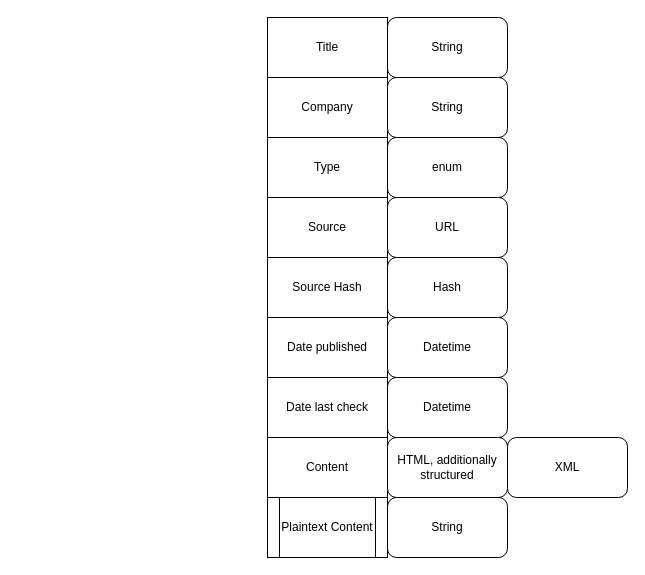
Above: page "PolicyFormat" (4 of 4) of doc/PolicyCheck.drawio in Tomp0801/PolicyCheck (draw.io), before the change. Source tidied: cells renumbered, new cells numbered last; positions are measured from the earlier drawing's top-left corner, leaving out a move shared by most shapes. Both pictures are drawn from the tidied source at 100%, with x=0, y=0 at pixel (267, 17).
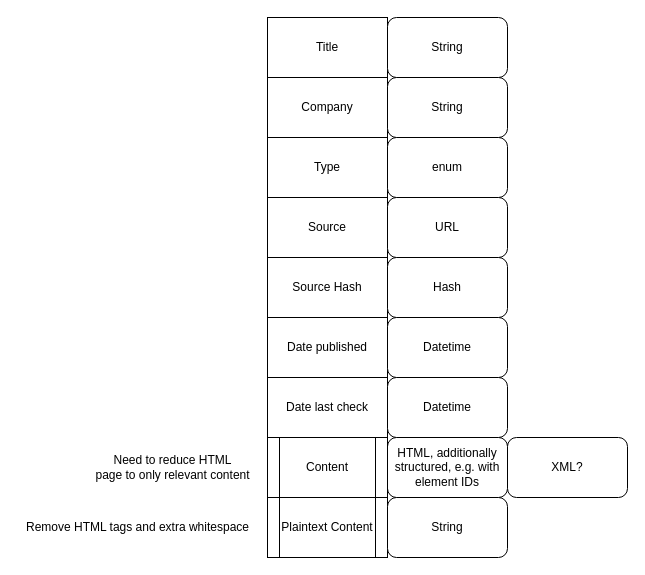
The same diagram, later.

Commit message (it also covers changes not shown here):
added datetime in serializing

# manual functions for (de-)serializing

Change to the diagram source:
```diff
@@
-    <mxCell id="8" value="Content" style="rounded=0;whiteSpace=wrap;html=1;" parent="1" vertex="1">
-      <mxGeometry y="420" width="120" height="60" as="geometry" />
-    </mxCell>
@@
-    <mxCell id="15" value="HTML, additionally structured" style="rounded=1;whiteSpace=wrap;html=1;" parent="1" vertex="1">
+    <mxCell id="15" value="HTML, additionally structured, e.g. with element IDs" style="rounded=1;whiteSpace=wrap;html=1;" parent="1" vertex="1">
       <mxGeometry x="120" y="420" width="120" height="60" as="geometry" />
     </mxCell>
@@
-    <mxCell id="20" value="XML" style="rounded=1;whiteSpace=wrap;html=1;" parent="1" vertex="1">
+    <mxCell id="20" value="XML?" style="rounded=1;whiteSpace=wrap;html=1;" parent="1" vertex="1">
       <mxGeometry x="240" y="420" width="120" height="60" as="geometry" />
     </mxCell>
+    <mxCell id="8" value="Content" style="shape=process;whiteSpace=wrap;html=1;backgroundOutline=1;" parent="1" vertex="1">
+      <mxGeometry y="420" width="120" height="60" as="geometry" />
+    </mxCell>
+    <mxCell id="21" value="Need to reduce HTML &lt;br&gt;page to only relevant content" style="text;html=1;align=center;verticalAlign=middle;strokeColor=none;fillColor=none;" parent="1" vertex="1">
+      <mxGeometry x="-180" y="435" width="170" height="30" as="geometry" />
+    </mxCell>
+    <mxCell id="22" value="Remove HTML tags and extra whitespace" style="text;html=1;align=center;verticalAlign=middle;strokeColor=none;fillColor=none;" parent="1" vertex="1">
+      <mxGeometry x="-250" y="500" width="240" height="20" as="geometry" />
+    </mxCell>
```
